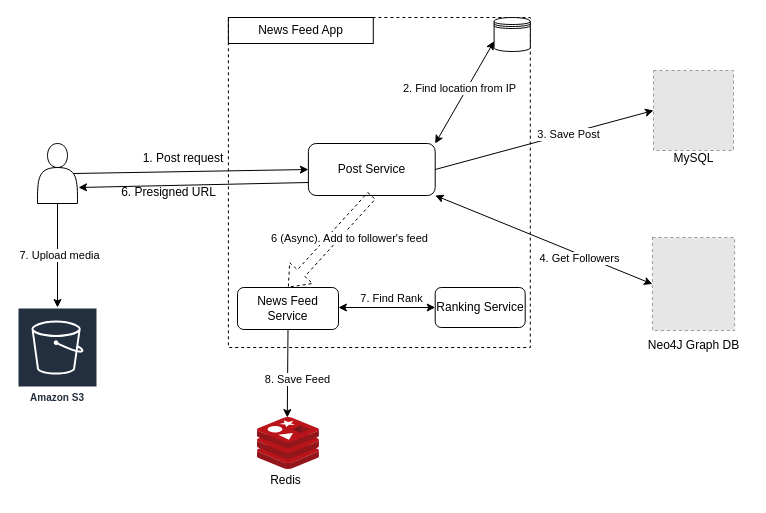
This is page "HLD" (1 of 5) of docs/News-Feed.drawio from JatinDholakia/News-Feed, a draw.io file, before an edit. Source tidied: cells renumbered, new cells numbered last; positions are measured from the earlier drawing's top-left corner, leaving out a move shared by most shapes. Both pictures are drawn from the tidied source at 100%, with x=0, y=0 at pixel (17, 17). Pictures stored in the file or linked from it are replaced by grey dashed boxes.
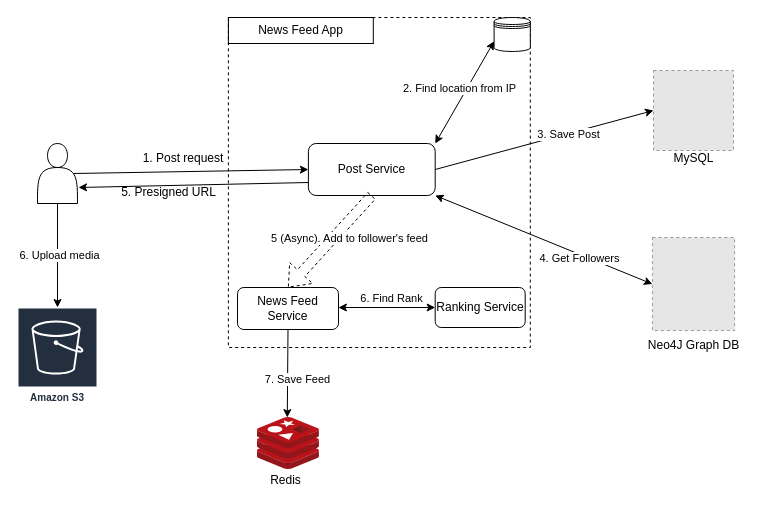
The same page after the edit.

Unchanged cells that the change refers to:
```xml
<mxCell id="6" style="shape=flexArrow;endArrow=classic;html=1;rounded=0;exitX=0.5;exitY=1;exitDx=0;exitDy=0;entryX=0.5;entryY=0;entryDx=0;entryDy=0;dashed=1;" parent="2" edge="1" source="4" target="5">
  <mxGeometry relative="1" as="geometry" />
</mxCell>
<mxCell id="9" style="endArrow=classic;startArrow=classic;html=1;rounded=0;entryX=0;entryY=0.5;entryDx=0;entryDy=0;" parent="2" edge="1" target="8">
  <mxGeometry relative="1" as="geometry">
    <mxPoint x="110" y="220" as="sourcePoint" />
  </mxGeometry>
</mxCell>
<mxCell id="18" style="endArrow=classic;html=1;rounded=0;exitX=0.5;exitY=1;exitDx=0;exitDy=0;entryX=0.481;entryY=0.001;entryDx=0;entryDy=0;entryPerimeter=0;" parent="1" edge="1" source="5" target="16">
  <mxGeometry relative="1" as="geometry" />
</mxCell>
<mxCell id="34" style="endArrow=classic;html=1;rounded=0;exitX=0.5;exitY=1;exitDx=0;exitDy=0;" parent="1" edge="1" source="11" target="26">
  <mxGeometry relative="1" as="geometry" />
</mxCell>
```

Diff of the diagram source:
```diff
@@
-    <mxCell id="7" value="6 (Async). Add to follower's feed" style="edgeLabel;html=1;align=center;verticalAlign=middle;" parent="6" vertex="1">
+    <mxCell id="7" value="5 (Async). Add to follower's feed" style="edgeLabel;html=1;align=center;verticalAlign=middle;" parent="6" vertex="1">
       <mxGeometry x="-0.25" y="5" relative="1" as="geometry">
         <mxPoint x="5" y="4" as="offset" />
       </mxGeometry>
     </mxCell>
@@
-    <mxCell id="10" value="7. Find Rank" style="edgeLabel;html=1;align=center;verticalAlign=middle;" parent="9" vertex="1">
+    <mxCell id="10" value="6. Find Rank" style="edgeLabel;html=1;align=center;verticalAlign=middle;" parent="9" vertex="1">
       <mxGeometry x="0.11" y="1" relative="1" as="geometry">
         <mxPoint x="-1" y="-9" as="offset" />
       </mxGeometry>
     </mxCell>
@@
-    <mxCell id="19" value="8. Save Feed" style="edgeLabel;html=1;align=center;verticalAlign=middle;" parent="18" vertex="1">
+    <mxCell id="19" value="7. Save Feed" style="edgeLabel;html=1;align=center;verticalAlign=middle;" parent="18" vertex="1">
       <mxGeometry x="0.11" y="1" relative="1" as="geometry">
         <mxPoint x="8" as="offset" />
       </mxGeometry>
     </mxCell>
@@
-    <mxCell id="35" value="7. Upload media" style="edgeLabel;html=1;align=center;verticalAlign=middle;" parent="34" vertex="1">
+    <mxCell id="35" value="6. Upload media" style="edgeLabel;html=1;align=center;verticalAlign=middle;" parent="34" vertex="1">
       <mxGeometry x="-0.02" y="1" relative="1" as="geometry" />
     </mxCell>
@@
-    <mxCell id="37" value="6. Presigned URL" style="text;html=1;align=center;verticalAlign=middle;strokeColor=none;fillColor=none;" parent="1" vertex="1">
+    <mxCell id="37" value="5. Presigned URL" style="text;html=1;align=center;verticalAlign=middle;strokeColor=none;fillColor=none;" parent="1" vertex="1">
       <mxGeometry x="91" y="160" width="120" height="30" as="geometry" />
     </mxCell>
```
